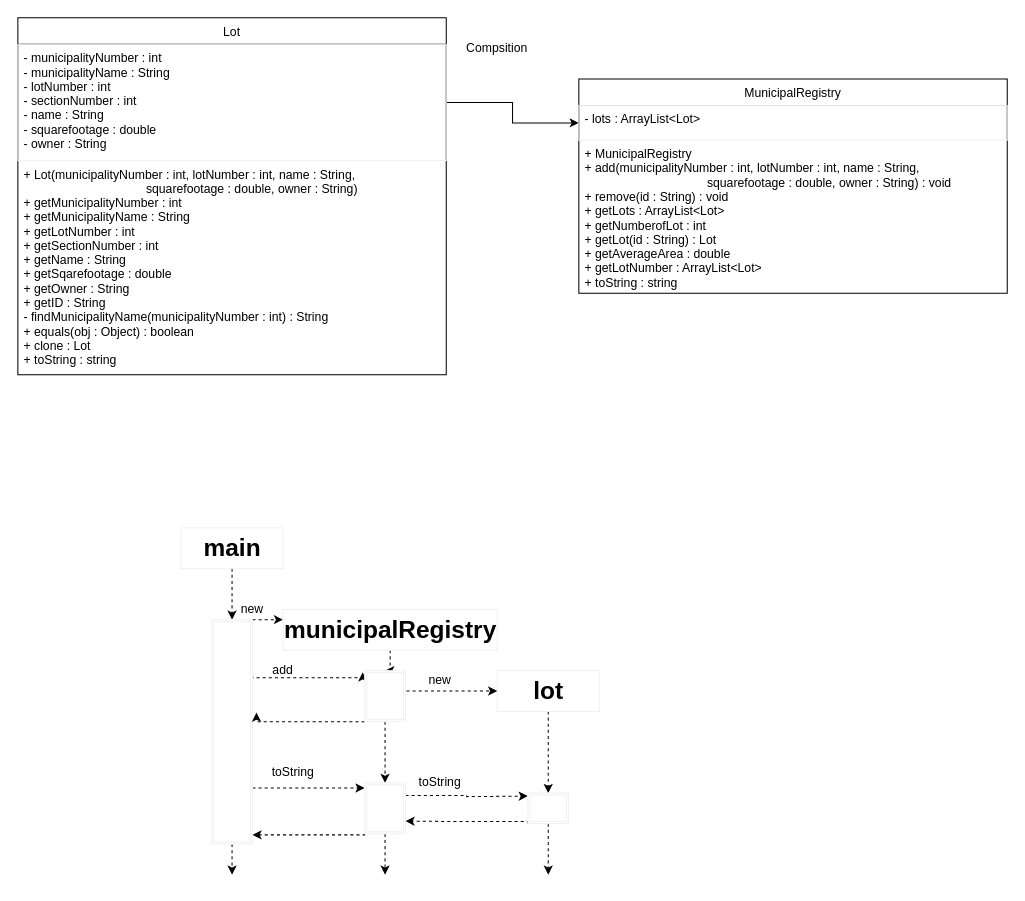
Gilgard/Programing101 keeps this draw.io diagram as Assignment 11/lib/Classdiagram.drawio. Above is the earlier version. Source tidied: cells renumbered, new cells numbered last; positions are measured from the earlier drawing's top-left corner, leaving out a move shared by most shapes. Both pictures are drawn from the tidied source at 102%, with x=0, y=0 at pixel (17, 17).
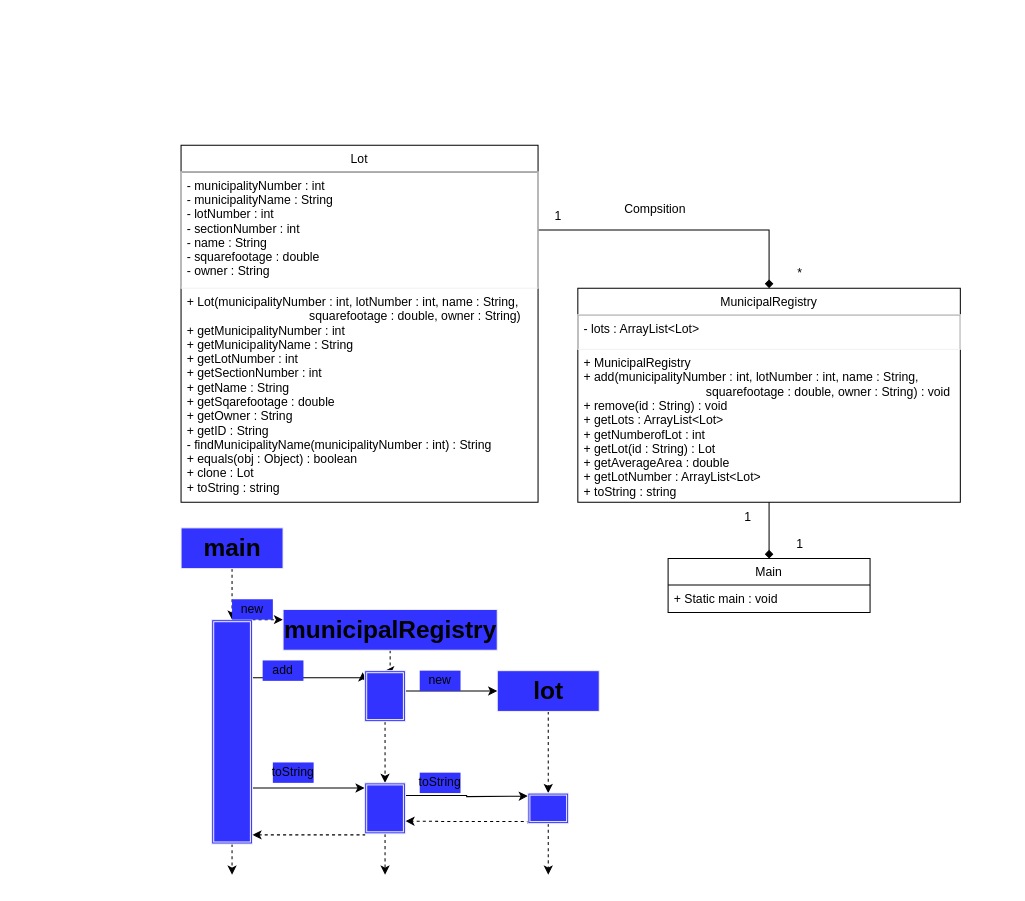
After the change.

Change to the diagram source:
```diff
@@
-    <mxCell id="2" style="edgeStyle=orthogonalEdgeStyle;rounded=0;jettySize=auto;html=1;entryX=0;entryY=0.5;entryDx=0;entryDy=0;" parent="1" edge="1" source="14" target="4">
+    <mxCell id="2" style="edgeStyle=orthogonalEdgeStyle;rounded=0;jettySize=auto;html=1;entryX=0.5;entryY=0;entryDx=0;entryDy=0;endArrow=diamond;endFill=1;" parent="1" edge="1" source="14" target="3">
       <mxGeometry relative="1" as="geometry" />
     </mxCell>
-    <mxCell id="3" value="MunicipalRegistry" style="swimlane;fontStyle=0;horizontal=1;startSize=26;fillColor=none;" parent="1" vertex="1">
-      <mxGeometry x="550" y="60" width="420" height="210" as="geometry" />
-    </mxCell>
-    <mxCell id="4" value="- lots : ArrayList&lt;Lot&gt;" style="text;fillColor=none;align=left;verticalAlign=top;spacingLeft=4;spacingRight=4;overflow=hidden;points=[[0,0.5],[1,0.5]];portConstraint=eastwest;strokeColor=#f0f0f0;" parent="3" vertex="1">
-      <mxGeometry y="26" width="420" height="34" as="geometry" />
-    </mxCell>
-    <mxCell id="5" value="+ MunicipalRegistry&#10;+ add(municipalityNumber : int, lotNumber : int, name : String, &#10;                                    squarefootage : double, owner : String) : void&#10;+ remove(id : String) : void&#10;+ getLots : ArrayList&lt;Lot&gt;&#10;+ getNumberofLot : int&#10;+ getLot(id : String) : Lot&#10;+ getAverageArea : double&#10;+ getLotNumber : ArrayList&lt;Lot&gt;&#10;+ toString : string" style="text;strokeColor=none;fillColor=none;align=left;verticalAlign=top;spacingLeft=4;spacingRight=4;overflow=hidden;" parent="3" vertex="1">
-      <mxGeometry y="60" width="420" height="150" as="geometry" />
-    </mxCell>
     <mxCell id="6" value="Compsition" style="text;html=1;strokeColor=none;fillColor=none;align=center;verticalAlign=middle;whiteSpace=wrap;rounded=0;" parent="1" vertex="1">
-      <mxGeometry x="450" y="20" width="40" height="20" as="geometry" />
+      <mxGeometry x="605" y="178" width="40" height="20" as="geometry" />
     </mxCell>
-    <mxCell id="7" style="edgeStyle=orthogonalEdgeStyle;rounded=0;jettySize=auto;html=1;dashed=1;" parent="1" edge="1" source="8">
+    <mxCell id="7" style="edgeStyle=orthogonalEdgeStyle;rounded=0;jettySize=auto;html=1;dashed=1;fillColor=#3333FF;" parent="1" edge="1" source="8">
       <mxGeometry relative="1" as="geometry">
         <mxPoint x="210" y="590" as="targetPoint" />
       </mxGeometry>
     </mxCell>
-    <mxCell id="8" value="main" style="text;fillColor=none;html=1;fontSize=24;fontStyle=1;verticalAlign=middle;align=center;strokeColor=#f0f0f0;" parent="1" vertex="1">
+    <mxCell id="8" value="main" style="text;fillColor=#3333FF;html=1;fontSize=24;fontStyle=1;verticalAlign=middle;align=center;strokeColor=#f0f0f0;" parent="1" vertex="1">
       <mxGeometry x="160" y="500" width="100" height="40" as="geometry" />
     </mxCell>
-    <mxCell id="9" style="edgeStyle=orthogonalEdgeStyle;rounded=0;jettySize=auto;html=1;exitX=1;exitY=0;exitDx=0;exitDy=0;entryX=0;entryY=0.25;entryDx=0;entryDy=0;dashed=1;" parent="1" edge="1" source="16" target="18">
+    <mxCell id="9" style="edgeStyle=orthogonalEdgeStyle;rounded=0;jettySize=auto;html=1;exitX=1;exitY=0;exitDx=0;exitDy=0;entryX=0;entryY=0.25;entryDx=0;entryDy=0;dashed=1;fillColor=#3333FF;" parent="1" edge="1" source="16" target="18">
       <mxGeometry relative="1" as="geometry" />
     </mxCell>
-    <mxCell id="10" style="edgeStyle=orthogonalEdgeStyle;rounded=0;jettySize=auto;html=1;exitX=1;exitY=0.25;exitDx=0;exitDy=0;entryX=-0.048;entryY=0.033;entryDx=0;entryDy=0;entryPerimeter=0;dashed=1;" parent="1" edge="1" source="16" target="24">
+    <mxCell id="10" style="edgeStyle=orthogonalEdgeStyle;rounded=0;jettySize=auto;html=1;exitX=1;exitY=0.25;exitDx=0;exitDy=0;entryX=-0.048;entryY=0.033;entryDx=0;entryDy=0;entryPerimeter=0;fillColor=#3333FF;" parent="1" edge="1" source="16" target="24">
       <mxGeometry relative="1" as="geometry">
         <Array as="points">
           <mxPoint x="230" y="647" />
           <mxPoint x="338" y="647" />
         </Array>
       </mxGeometry>
     </mxCell>
-    <mxCell id="11" style="edgeStyle=orthogonalEdgeStyle;rounded=0;jettySize=auto;html=1;exitX=1;exitY=0.75;exitDx=0;exitDy=0;dashed=1;" parent="1" edge="1" source="16">
+    <mxCell id="11" style="edgeStyle=orthogonalEdgeStyle;rounded=0;jettySize=auto;html=1;exitX=1;exitY=0.75;exitDx=0;exitDy=0;fillColor=#3333FF;" parent="1" edge="1" source="16">
       <mxGeometry relative="1" as="geometry">
         <mxPoint x="340" y="755" as="targetPoint" />
       </mxGeometry>
     </mxCell>
-    <mxCell id="12" style="edgeStyle=orthogonalEdgeStyle;rounded=0;jettySize=auto;html=1;exitX=0.5;exitY=1;exitDx=0;exitDy=0;dashed=1;" parent="1" edge="1" source="16">
+    <mxCell id="12" style="edgeStyle=orthogonalEdgeStyle;rounded=0;jettySize=auto;html=1;exitX=0.5;exitY=1;exitDx=0;exitDy=0;dashed=1;fillColor=#3333FF;" parent="1" edge="1" source="16">
       <mxGeometry relative="1" as="geometry">
         <mxPoint x="210" y="840" as="targetPoint" />
       </mxGeometry>
     </mxCell>
     <mxCell id="13" value="Lot" style="swimlane;fontStyle=0;horizontal=1;startSize=26;fillColor=none;" parent="1" vertex="1">
-      <mxGeometry width="420" height="350" as="geometry" />
+      <mxGeometry x="160" y="125" width="350" height="350" as="geometry" />
     </mxCell>
     <mxCell id="14" value="- municipalityNumber : int&#10;- municipalityName : String&#10;- lotNumber : int&#10;- sectionNumber : int&#10;- name : String&#10;- squarefootage : double&#10;- owner : String " style="text;fillColor=none;align=left;verticalAlign=top;spacingLeft=4;spacingRight=4;overflow=hidden;points=[[0,0.5],[1,0.5]];portConstraint=eastwest;strokeColor=#f0f0f0;" parent="13" vertex="1">
-      <mxGeometry y="26" width="420" height="114" as="geometry" />
+      <mxGeometry y="26" width="350" height="114" as="geometry" />
     </mxCell>
     <mxCell id="15" value="+ Lot(municipalityNumber : int, lotNumber : int, name : String, &#10;                                    squarefootage : double, owner : String)&#10;+ getMunicipalityNumber : int&#10;+ getMunicipalityName : String&#10;+ getLotNumber : int&#10;+ getSectionNumber : int&#10;+ getName : String&#10;+ getSqarefootage : double&#10;+ getOwner : String&#10;+ getID : String&#10;- findMunicipalityName(municipalityNumber : int) : String&#10;+ equals(obj : Object) : boolean&#10;+ clone : Lot&#10;+ toString : string" style="text;strokeColor=none;fillColor=none;align=left;verticalAlign=top;spacingLeft=4;spacingRight=4;overflow=hidden;" parent="13" vertex="1">
-      <mxGeometry y="140" width="420" height="210" as="geometry" />
+      <mxGeometry y="140" width="350" height="210" as="geometry" />
     </mxCell>
+    <mxCell id="39" style="edgeStyle=orthogonalEdgeStyle;rounded=0;jettySize=auto;html=1;entryX=0.5;entryY=0;entryDx=0;entryDy=0;" parent="1" edge="1" target="40">
+      <mxGeometry relative="1" as="geometry">
+        <mxPoint x="736.5" y="530" as="sourcePoint" />
+      </mxGeometry>
+    </mxCell>
+    <mxCell id="3" value="MunicipalRegistry" style="swimlane;fontStyle=0;horizontal=1;startSize=26;fillColor=none;" parent="1" vertex="1">
+      <mxGeometry x="549" y="265" width="375" height="210" as="geometry" />
+    </mxCell>
+    <mxCell id="4" value="- lots : ArrayList&lt;Lot&gt;" style="text;fillColor=none;align=left;verticalAlign=top;spacingLeft=4;spacingRight=4;overflow=hidden;points=[[0,0.5],[1,0.5]];portConstraint=eastwest;strokeColor=#f0f0f0;" parent="3" vertex="1">
+      <mxGeometry y="26" width="375" height="34" as="geometry" />
+    </mxCell>
+    <mxCell id="5" value="+ MunicipalRegistry&#10;+ add(municipalityNumber : int, lotNumber : int, name : String, &#10;                                    squarefootage : double, owner : String) : void&#10;+ remove(id : String) : void&#10;+ getLots : ArrayList&lt;Lot&gt;&#10;+ getNumberofLot : int&#10;+ getLot(id : String) : Lot&#10;+ getAverageArea : double&#10;+ getLotNumber : ArrayList&lt;Lot&gt;&#10;+ toString : string" style="text;strokeColor=none;fillColor=none;align=left;verticalAlign=top;spacingLeft=4;spacingRight=4;overflow=hidden;" parent="3" vertex="1">
+      <mxGeometry y="60" width="375" height="150" as="geometry" />
+    </mxCell>
-    <mxCell id="16" style="shape=ext;double=1;rounded=0;whiteSpace=wrap;html=1;strokeColor=#f0f0f0;" parent="1" vertex="1">
+    <mxCell id="16" style="shape=ext;double=1;rounded=0;whiteSpace=wrap;html=1;strokeColor=#f0f0f0;fillColor=#3333FF;" parent="1" vertex="1">
       <mxGeometry x="190" y="590" width="40" height="220" as="geometry" />
     </mxCell>
-    <mxCell id="17" style="edgeStyle=orthogonalEdgeStyle;rounded=0;jettySize=auto;html=1;entryX=0.5;entryY=0;entryDx=0;entryDy=0;dashed=1;" parent="1" edge="1" source="18" target="24">
+    <mxCell id="17" style="edgeStyle=orthogonalEdgeStyle;rounded=0;jettySize=auto;html=1;entryX=0.5;entryY=0;entryDx=0;entryDy=0;dashed=1;fillColor=#3333FF;" parent="1" edge="1" source="18" target="24">
       <mxGeometry relative="1" as="geometry" />
     </mxCell>
-    <mxCell id="18" value="municipalRegistry" style="text;fillColor=none;html=1;fontSize=24;fontStyle=1;verticalAlign=middle;align=center;strokeColor=#f0f0f0;" parent="1" vertex="1">
+    <mxCell id="18" value="municipalRegistry" style="text;fillColor=#3333FF;html=1;fontSize=24;fontStyle=1;verticalAlign=middle;align=center;strokeColor=#f0f0f0;" parent="1" vertex="1">
       <mxGeometry x="260" y="580" width="210" height="40" as="geometry" />
     </mxCell>
-    <mxCell id="19" style="edgeStyle=orthogonalEdgeStyle;rounded=0;jettySize=auto;html=1;exitX=0.5;exitY=1;exitDx=0;exitDy=0;dashed=1;entryX=0.5;entryY=0;entryDx=0;entryDy=0;" parent="1" edge="1" source="20" target="36">
+    <mxCell id="19" style="edgeStyle=orthogonalEdgeStyle;rounded=0;jettySize=auto;html=1;exitX=0.5;exitY=1;exitDx=0;exitDy=0;dashed=1;entryX=0.5;entryY=0;entryDx=0;entryDy=0;fillColor=#3333FF;" parent="1" edge="1" source="20" target="36">
       <mxGeometry relative="1" as="geometry" />
     </mxCell>
-    <mxCell id="20" value="lot" style="text;fillColor=none;html=1;fontSize=24;fontStyle=1;verticalAlign=middle;align=center;strokeColor=#f0f0f0;" parent="1" vertex="1">
+    <mxCell id="20" value="lot" style="text;fillColor=#3333FF;html=1;fontSize=24;fontStyle=1;verticalAlign=middle;align=center;strokeColor=#f0f0f0;" parent="1" vertex="1">
       <mxGeometry x="470" y="640" width="100" height="40" as="geometry" />
     </mxCell>
-    <mxCell id="21" style="edgeStyle=orthogonalEdgeStyle;rounded=0;jettySize=auto;html=1;exitX=1;exitY=0.5;exitDx=0;exitDy=0;dashed=1;entryX=0;entryY=0.5;entryDx=0;entryDy=0;" parent="1" edge="1" source="24" target="20">
+    <mxCell id="21" style="edgeStyle=orthogonalEdgeStyle;rounded=0;jettySize=auto;html=1;exitX=1;exitY=0.5;exitDx=0;exitDy=0;entryX=0;entryY=0.5;entryDx=0;entryDy=0;fillColor=#3333FF;" parent="1" edge="1" source="24" target="20">
       <mxGeometry relative="1" as="geometry">
         <Array as="points">
           <mxPoint x="380" y="660" />
         </Array>
       </mxGeometry>
     </mxCell>
-    <mxCell id="22" style="edgeStyle=orthogonalEdgeStyle;rounded=0;jettySize=auto;html=1;exitX=0;exitY=1;exitDx=0;exitDy=0;entryX=1.1;entryY=0.414;entryDx=0;entryDy=0;entryPerimeter=0;dashed=1;" parent="1" edge="1" source="24" target="16">
-      <mxGeometry relative="1" as="geometry">
-        <Array as="points">
-          <mxPoint x="234" y="690" />
-        </Array>
-      </mxGeometry>
-    </mxCell>
-    <mxCell id="23" style="edgeStyle=orthogonalEdgeStyle;rounded=0;jettySize=auto;html=1;exitX=0.5;exitY=1;exitDx=0;exitDy=0;dashed=1;entryX=0.5;entryY=0;entryDx=0;entryDy=0;" parent="1" edge="1" source="24" target="32">
+    <mxCell id="23" style="edgeStyle=orthogonalEdgeStyle;rounded=0;jettySize=auto;html=1;exitX=0.5;exitY=1;exitDx=0;exitDy=0;dashed=1;entryX=0.5;entryY=0;entryDx=0;entryDy=0;fillColor=#3333FF;" parent="1" edge="1" source="24" target="32">
       <mxGeometry relative="1" as="geometry" />
     </mxCell>
-    <mxCell id="24" style="shape=ext;double=1;rounded=0;whiteSpace=wrap;html=1;strokeColor=#f0f0f0;" parent="1" vertex="1">
+    <mxCell id="24" style="shape=ext;double=1;rounded=0;whiteSpace=wrap;html=1;strokeColor=#f0f0f0;fillColor=#3333FF;" parent="1" vertex="1">
       <mxGeometry x="340" y="640" width="40" height="50" as="geometry" />
     </mxCell>
-    <mxCell id="25" style="edgeStyle=orthogonalEdgeStyle;rounded=0;orthogonalLoop=1;jettySize=auto;html=1;exitX=0.5;exitY=1;exitDx=0;exitDy=0;dashed=1;" parent="1" edge="1">
+    <mxCell id="25" style="edgeStyle=orthogonalEdgeStyle;rounded=0;orthogonalLoop=1;jettySize=auto;html=1;exitX=0.5;exitY=1;exitDx=0;exitDy=0;dashed=1;fillColor=#3333FF;" parent="1" edge="1">
       <mxGeometry relative="1" as="geometry">
         <mxPoint x="270" y="670" as="sourcePoint" />
         <mxPoint x="270" y="670" as="targetPoint" />
       </mxGeometry>
     </mxCell>
-    <mxCell id="26" value="add" style="text;html=1;strokeColor=none;fillColor=none;align=center;verticalAlign=middle;whiteSpace=wrap;rounded=0;" parent="1" vertex="1">
+    <mxCell id="26" value="add" style="text;html=1;strokeColor=none;fillColor=#3333FF;align=center;verticalAlign=middle;whiteSpace=wrap;rounded=0;" parent="1" vertex="1">
       <mxGeometry x="240" y="630" width="40" height="20" as="geometry" />
     </mxCell>
-    <mxCell id="27" value="new" style="text;html=1;strokeColor=none;fillColor=none;align=center;verticalAlign=middle;whiteSpace=wrap;rounded=0;" parent="1" vertex="1">
+    <mxCell id="27" value="new" style="text;html=1;strokeColor=none;fillColor=#3333FF;align=center;verticalAlign=middle;whiteSpace=wrap;rounded=0;" parent="1" vertex="1">
       <mxGeometry x="394" y="640" width="40" height="20" as="geometry" />
     </mxCell>
-    <mxCell id="28" value="new" style="text;html=1;strokeColor=none;fillColor=none;align=center;verticalAlign=middle;whiteSpace=wrap;rounded=0;" parent="1" vertex="1">
+    <mxCell id="28" value="new" style="text;html=1;strokeColor=none;fillColor=#3333FF;align=center;verticalAlign=middle;whiteSpace=wrap;rounded=0;" parent="1" vertex="1">
       <mxGeometry x="210" y="570" width="40" height="20" as="geometry" />
     </mxCell>
-    <mxCell id="29" style="edgeStyle=orthogonalEdgeStyle;rounded=0;jettySize=auto;html=1;exitX=1;exitY=0.25;exitDx=0;exitDy=0;dashed=1;" parent="1" edge="1" source="32">
+    <mxCell id="29" style="edgeStyle=orthogonalEdgeStyle;rounded=0;jettySize=auto;html=1;exitX=1;exitY=0.25;exitDx=0;exitDy=0;fillColor=#3333FF;" parent="1" edge="1" source="32">
       <mxGeometry relative="1" as="geometry">
         <mxPoint x="500" y="763" as="targetPoint" />
       </mxGeometry>
     </mxCell>
-    <mxCell id="30" style="edgeStyle=orthogonalEdgeStyle;rounded=0;jettySize=auto;html=1;exitX=0;exitY=1;exitDx=0;exitDy=0;dashed=1;" parent="1" edge="1" source="32">
+    <mxCell id="30" style="edgeStyle=orthogonalEdgeStyle;rounded=0;jettySize=auto;html=1;exitX=0;exitY=1;exitDx=0;exitDy=0;dashed=1;fillColor=#3333FF;" parent="1" edge="1" source="32">
       <mxGeometry relative="1" as="geometry">
         <mxPoint x="230" y="801" as="targetPoint" />
         <Array as="points">
           <mxPoint x="340" y="801" />
         </Array>
       </mxGeometry>
     </mxCell>
-    <mxCell id="31" style="edgeStyle=orthogonalEdgeStyle;rounded=0;jettySize=auto;html=1;exitX=0.5;exitY=1;exitDx=0;exitDy=0;dashed=1;" parent="1" edge="1" source="32">
+    <mxCell id="31" style="edgeStyle=orthogonalEdgeStyle;rounded=0;jettySize=auto;html=1;exitX=0.5;exitY=1;exitDx=0;exitDy=0;dashed=1;fillColor=#3333FF;" parent="1" edge="1" source="32">
       <mxGeometry relative="1" as="geometry">
         <mxPoint x="360" y="840" as="targetPoint" />
       </mxGeometry>
     </mxCell>
-    <mxCell id="32" style="shape=ext;double=1;rounded=0;whiteSpace=wrap;html=1;strokeColor=#f0f0f0;" parent="1" vertex="1">
+    <mxCell id="32" style="shape=ext;double=1;rounded=0;whiteSpace=wrap;html=1;strokeColor=#f0f0f0;fillColor=#3333FF;" parent="1" vertex="1">
       <mxGeometry x="340" y="750" width="40" height="50" as="geometry" />
     </mxCell>
-    <mxCell id="33" value="toString" style="text;html=1;strokeColor=none;fillColor=none;align=center;verticalAlign=middle;whiteSpace=wrap;rounded=0;" parent="1" vertex="1">
+    <mxCell id="33" value="toString" style="text;html=1;strokeColor=none;fillColor=#3333FF;align=center;verticalAlign=middle;whiteSpace=wrap;rounded=0;" parent="1" vertex="1">
       <mxGeometry x="250" y="730" width="40" height="20" as="geometry" />
     </mxCell>
-    <mxCell id="34" style="edgeStyle=orthogonalEdgeStyle;rounded=0;jettySize=auto;html=1;exitX=0;exitY=1;exitDx=0;exitDy=0;entryX=1;entryY=0.75;entryDx=0;entryDy=0;dashed=1;" parent="1" edge="1" source="36" target="32">
+    <mxCell id="34" style="edgeStyle=orthogonalEdgeStyle;rounded=0;jettySize=auto;html=1;exitX=0;exitY=1;exitDx=0;exitDy=0;entryX=1;entryY=0.75;entryDx=0;entryDy=0;dashed=1;fillColor=#3333FF;" parent="1" edge="1" source="36" target="32">
       <mxGeometry relative="1" as="geometry">
         <Array as="points">
           <mxPoint x="500" y="788" />
           <mxPoint x="440" y="788" />
         </Array>
       </mxGeometry>
     </mxCell>
-    <mxCell id="35" style="edgeStyle=orthogonalEdgeStyle;rounded=0;jettySize=auto;html=1;exitX=0.5;exitY=1;exitDx=0;exitDy=0;dashed=1;" parent="1" edge="1" source="36">
+    <mxCell id="35" style="edgeStyle=orthogonalEdgeStyle;rounded=0;jettySize=auto;html=1;exitX=0.5;exitY=1;exitDx=0;exitDy=0;dashed=1;fillColor=#3333FF;" parent="1" edge="1" source="36">
       <mxGeometry relative="1" as="geometry">
         <mxPoint x="520" y="840" as="targetPoint" />
       </mxGeometry>
     </mxCell>
-    <mxCell id="36" style="shape=ext;double=1;rounded=0;whiteSpace=wrap;html=1;strokeColor=#f0f0f0;" parent="1" vertex="1">
+    <mxCell id="36" style="shape=ext;double=1;rounded=0;whiteSpace=wrap;html=1;strokeColor=#f0f0f0;fillColor=#3333FF;" parent="1" vertex="1">
       <mxGeometry x="500" y="760" width="40" height="30" as="geometry" />
     </mxCell>
-    <mxCell id="37" value="toString" style="text;html=1;strokeColor=none;fillColor=none;align=center;verticalAlign=middle;whiteSpace=wrap;rounded=0;" parent="1" vertex="1">
+    <mxCell id="37" value="toString" style="text;html=1;strokeColor=none;fillColor=#3333FF;align=center;verticalAlign=middle;whiteSpace=wrap;rounded=0;" parent="1" vertex="1">
       <mxGeometry x="394" y="740" width="40" height="20" as="geometry" />
     </mxCell>
-    <mxCell id="38" style="edgeStyle=orthogonalEdgeStyle;rounded=0;orthogonalLoop=1;jettySize=auto;html=1;exitX=0.5;exitY=1;exitDx=0;exitDy=0;dashed=1;" parent="1" edge="1" source="36" target="36">
+    <mxCell id="38" style="edgeStyle=orthogonalEdgeStyle;rounded=0;orthogonalLoop=1;jettySize=auto;html=1;exitX=0.5;exitY=1;exitDx=0;exitDy=0;dashed=1;fillColor=#3333FF;" parent="1" edge="1" source="36" target="36">
       <mxGeometry relative="1" as="geometry" />
     </mxCell>
+    <mxCell id="40" value="Main" style="swimlane;fontStyle=0;horizontal=1;startSize=26;fillColor=none;" parent="1" vertex="1">
+      <mxGeometry x="637.5" y="530" width="198" height="53" as="geometry" />
+    </mxCell>
+    <mxCell id="41" value="+ Static main : void" style="text;strokeColor=none;fillColor=none;align=left;verticalAlign=top;spacingLeft=4;spacingRight=4;overflow=hidden;" parent="40" vertex="1">
+      <mxGeometry y="26" width="198" height="27" as="geometry" />
+    </mxCell>
+    <mxCell id="42" value="1" style="text;html=1;strokeColor=none;fillColor=none;align=center;verticalAlign=middle;whiteSpace=wrap;rounded=0;" parent="1" vertex="1">
+      <mxGeometry x="510" y="185" width="40" height="20" as="geometry" />
+    </mxCell>
+    <mxCell id="43" value="1" style="text;html=1;strokeColor=none;fillColor=none;align=center;verticalAlign=middle;whiteSpace=wrap;rounded=0;" parent="1" vertex="1">
+      <mxGeometry x="696" y="480" width="40" height="20" as="geometry" />
+    </mxCell>
+    <mxCell id="44" value="*" style="text;html=1;strokeColor=none;fillColor=none;align=center;verticalAlign=middle;whiteSpace=wrap;rounded=0;" parent="1" vertex="1">
+      <mxGeometry x="747" y="241" width="40" height="20" as="geometry" />
+    </mxCell>
+    <mxCell id="45" value="1" style="text;html=1;strokeColor=none;fillColor=none;align=center;verticalAlign=middle;whiteSpace=wrap;rounded=0;" parent="1" vertex="1">
+      <mxGeometry x="747" y="506" width="40" height="20" as="geometry" />
+    </mxCell>
+    <mxCell id="46" style="edgeStyle=orthogonalEdgeStyle;rounded=0;jettySize=auto;html=1;entryX=0.5;entryY=0;entryDx=0;entryDy=0;endArrow=diamond;endFill=1;" parent="1" edge="1" source="3" target="40">
+      <mxGeometry relative="1" as="geometry" />
+    </mxCell>
```
